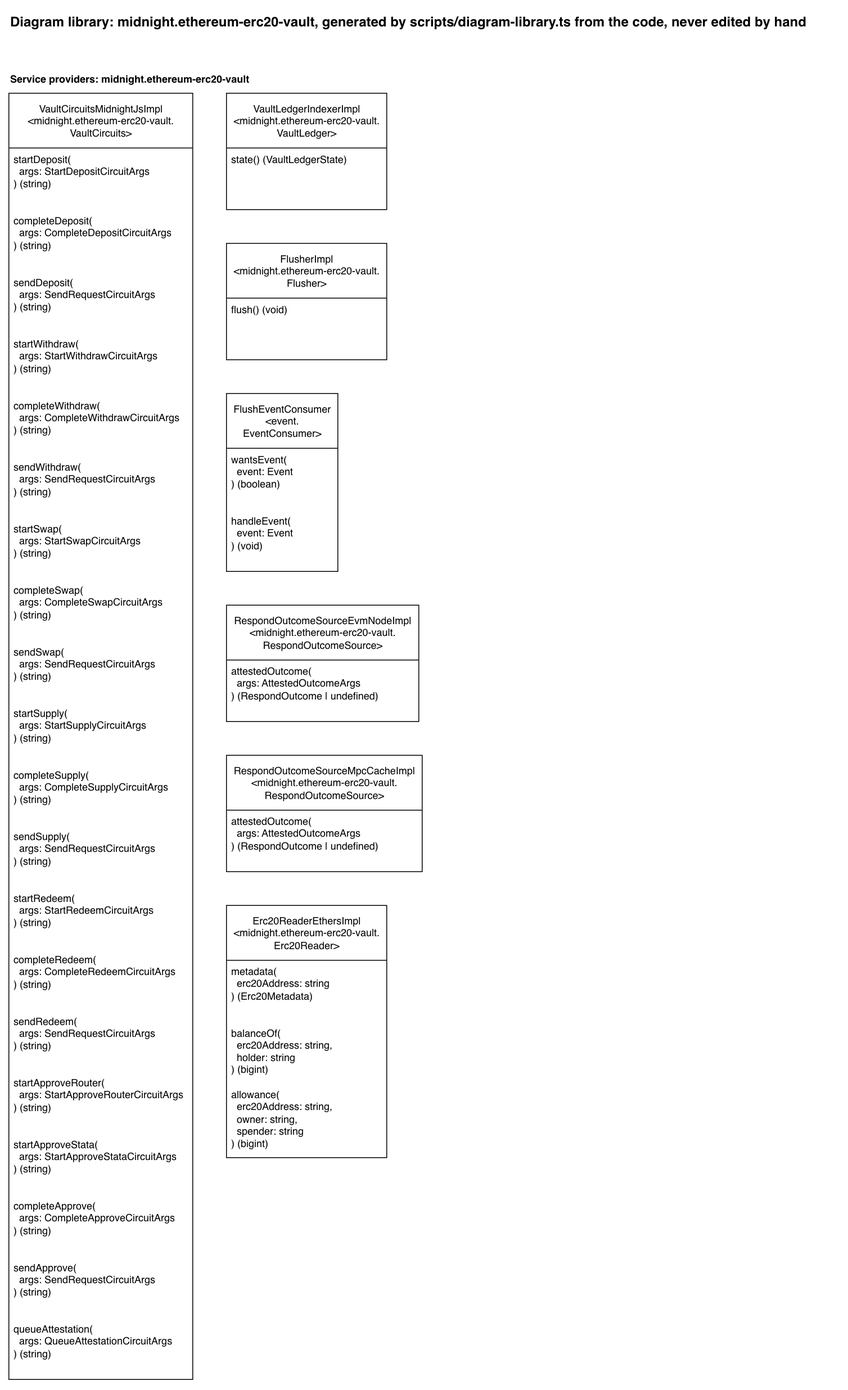
The draw.io diagram docs/diagram-library/midnight/ethereum-erc20-vault/diagram-library.drawio.png in sig-net/full-stack-demo, before a commit. Source tidied: cells renumbered, new cells last; positions are measured from the earlier drawing's top-left corner, leaving out a move shared by most shapes.
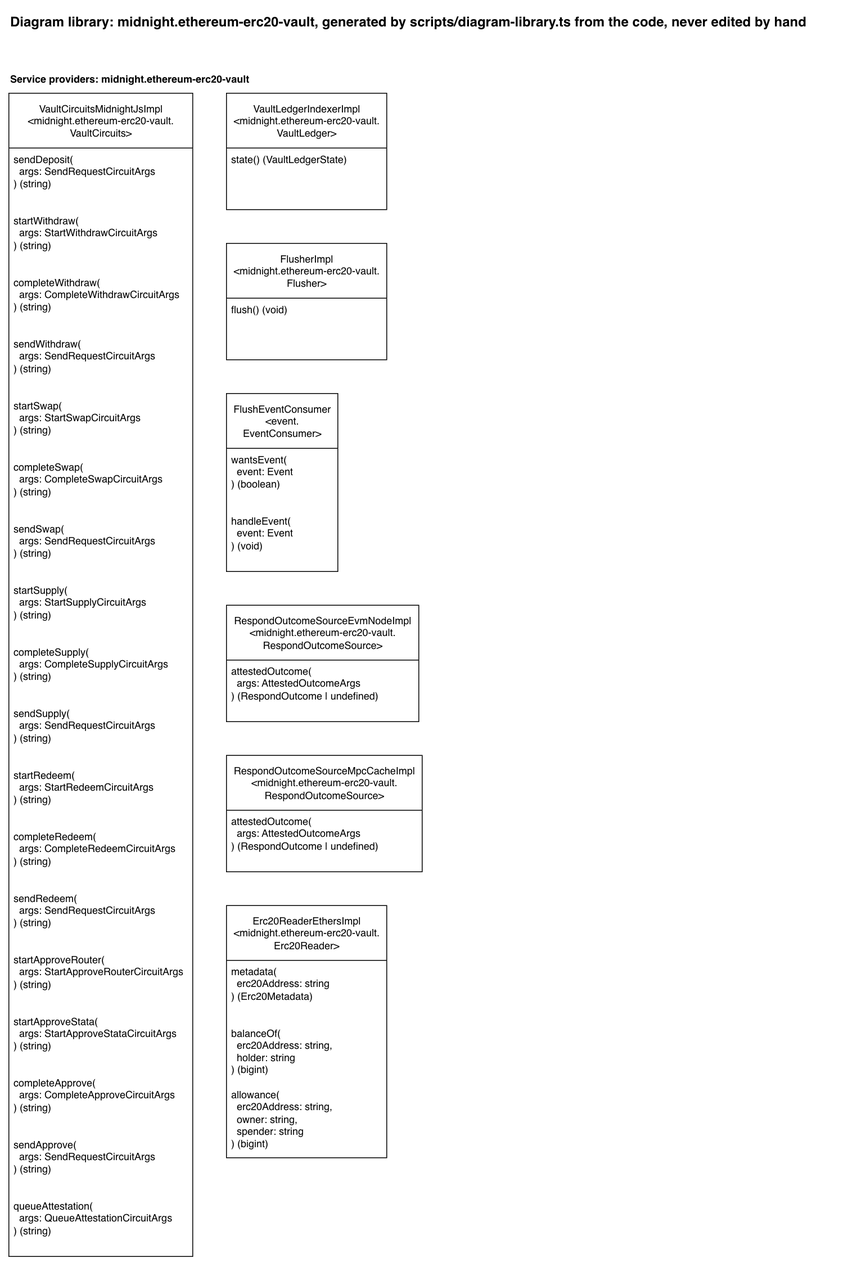
The same file after the commit.

Change to the diagram source:
```diff
@@ -9,67 +9,61 @@
       <mxGeometry y="70" width="309" height="20" as="geometry" />
     </mxCell>
     <mxCell id="4" value="VaultCircuitsMidnightJsImpl&lt;br&gt;&amp;lt;midnight.ethereum-erc20-vault.&lt;br&gt;VaultCircuits&amp;gt;" style="swimlane;fontStyle=0;horizontal=1;startSize=65;fillColor=default;html=1;fillStyle=solid;" parent="1" vertex="1">
-      <mxGeometry y="100" width="218" height="1525" as="geometry" />
+      <mxGeometry y="100" width="218" height="1379" as="geometry" />
     </mxCell>
-    <mxCell id="5" value="startDeposit(&lt;br&gt;&amp;nbsp; args: StartDepositCircuitArgs&lt;br&gt;) (string)" style="text;strokeColor=none;fillColor=none;align=left;verticalAlign=top;spacingLeft=4;spacingRight=4;overflow=hidden;whiteSpace=wrap;html=1;" parent="4" vertex="1">
-      <mxGeometry y="65" width="218" height="73" as="geometry" />
-    </mxCell>
-    <mxCell id="6" value="completeDeposit(&lt;br&gt;&amp;nbsp; args: CompleteDepositCircuitArgs&lt;br&gt;) (string)" style="text;strokeColor=none;fillColor=none;align=left;verticalAlign=top;spacingLeft=4;spacingRight=4;overflow=hidden;whiteSpace=wrap;html=1;" parent="4" vertex="1">
-      <mxGeometry y="138" width="218" height="73" as="geometry" />
-    </mxCell>
     <mxCell id="7" value="sendDeposit(&lt;br&gt;&amp;nbsp; args: SendRequestCircuitArgs&lt;br&gt;) (string)" style="text;strokeColor=none;fillColor=none;align=left;verticalAlign=top;spacingLeft=4;spacingRight=4;overflow=hidden;whiteSpace=wrap;html=1;" parent="4" vertex="1">
-      <mxGeometry y="211" width="218" height="73" as="geometry" />
+      <mxGeometry y="65" width="218" height="73" as="geometry" />
     </mxCell>
     <mxCell id="8" value="startWithdraw(&lt;br&gt;&amp;nbsp; args: StartWithdrawCircuitArgs&lt;br&gt;) (string)" style="text;strokeColor=none;fillColor=none;align=left;verticalAlign=top;spacingLeft=4;spacingRight=4;overflow=hidden;whiteSpace=wrap;html=1;" parent="4" vertex="1">
-      <mxGeometry y="284" width="218" height="73" as="geometry" />
+      <mxGeometry y="138" width="218" height="73" as="geometry" />
     </mxCell>
     <mxCell id="9" value="completeWithdraw(&lt;br&gt;&amp;nbsp; args: CompleteWithdrawCircuitArgs&lt;br&gt;) (string)" style="text;strokeColor=none;fillColor=none;align=left;verticalAlign=top;spacingLeft=4;spacingRight=4;overflow=hidden;whiteSpace=wrap;html=1;" parent="4" vertex="1">
-      <mxGeometry y="357" width="218" height="73" as="geometry" />
+      <mxGeometry y="211" width="218" height="73" as="geometry" />
     </mxCell>
     <mxCell id="10" value="sendWithdraw(&lt;br&gt;&amp;nbsp; args: SendRequestCircuitArgs&lt;br&gt;) (string)" style="text;strokeColor=none;fillColor=none;align=left;verticalAlign=top;spacingLeft=4;spacingRight=4;overflow=hidden;whiteSpace=wrap;html=1;" parent="4" vertex="1">
-      <mxGeometry y="430" width="218" height="73" as="geometry" />
+      <mxGeometry y="284" width="218" height="73" as="geometry" />
     </mxCell>
     <mxCell id="11" value="startSwap(&lt;br&gt;&amp;nbsp; args: StartSwapCircuitArgs&lt;br&gt;) (string)" style="text;strokeColor=none;fillColor=none;align=left;verticalAlign=top;spacingLeft=4;spacingRight=4;overflow=hidden;whiteSpace=wrap;html=1;" parent="4" vertex="1">
-      <mxGeometry y="503" width="218" height="73" as="geometry" />
+      <mxGeometry y="357" width="218" height="73" as="geometry" />
     </mxCell>
     <mxCell id="12" value="completeSwap(&lt;br&gt;&amp;nbsp; args: CompleteSwapCircuitArgs&lt;br&gt;) (string)" style="text;strokeColor=none;fillColor=none;align=left;verticalAlign=top;spacingLeft=4;spacingRight=4;overflow=hidden;whiteSpace=wrap;html=1;" parent="4" vertex="1">
-      <mxGeometry y="576" width="218" height="73" as="geometry" />
+      <mxGeometry y="430" width="218" height="73" as="geometry" />
     </mxCell>
     <mxCell id="13" value="sendSwap(&lt;br&gt;&amp;nbsp; args: SendRequestCircuitArgs&lt;br&gt;) (string)" style="text;strokeColor=none;fillColor=none;align=left;verticalAlign=top;spacingLeft=4;spacingRight=4;overflow=hidden;whiteSpace=wrap;html=1;" parent="4" vertex="1">
-      <mxGeometry y="649" width="218" height="73" as="geometry" />
+      <mxGeometry y="503" width="218" height="73" as="geometry" />
     </mxCell>
     <mxCell id="14" value="startSupply(&lt;br&gt;&amp;nbsp; args: StartSupplyCircuitArgs&lt;br&gt;) (string)" style="text;strokeColor=none;fillColor=none;align=left;verticalAlign=top;spacingLeft=4;spacingRight=4;overflow=hidden;whiteSpace=wrap;html=1;" parent="4" vertex="1">
-      <mxGeometry y="722" width="218" height="73" as="geometry" />
+      <mxGeometry y="576" width="218" height="73" as="geometry" />
     </mxCell>
     <mxCell id="15" value="completeSupply(&lt;br&gt;&amp;nbsp; args: CompleteSupplyCircuitArgs&lt;br&gt;) (string)" style="text;strokeColor=none;fillColor=none;align=left;verticalAlign=top;spacingLeft=4;spacingRight=4;overflow=hidden;whiteSpace=wrap;html=1;" parent="4" vertex="1">
-      <mxGeometry y="795" width="218" height="73" as="geometry" />
+      <mxGeometry y="649" width="218" height="73" as="geometry" />
     </mxCell>
     <mxCell id="16" value="sendSupply(&lt;br&gt;&amp;nbsp; args: SendRequestCircuitArgs&lt;br&gt;) (string)" style="text;strokeColor=none;fillColor=none;align=left;verticalAlign=top;spacingLeft=4;spacingRight=4;overflow=hidden;whiteSpace=wrap;html=1;" parent="4" vertex="1">
-      <mxGeometry y="868" width="218" height="73" as="geometry" />
+      <mxGeometry y="722" width="218" height="73" as="geometry" />
     </mxCell>
     <mxCell id="17" value="startRedeem(&lt;br&gt;&amp;nbsp; args: StartRedeemCircuitArgs&lt;br&gt;) (string)" style="text;strokeColor=none;fillColor=none;align=left;verticalAlign=top;spacingLeft=4;spacingRight=4;overflow=hidden;whiteSpace=wrap;html=1;" parent="4" vertex="1">
-      <mxGeometry y="941" width="218" height="73" as="geometry" />
+      <mxGeometry y="795" width="218" height="73" as="geometry" />
     </mxCell>
     <mxCell id="18" value="completeRedeem(&lt;br&gt;&amp;nbsp; args: CompleteRedeemCircuitArgs&lt;br&gt;) (string)" style="text;strokeColor=none;fillColor=none;align=left;verticalAlign=top;spacingLeft=4;spacingRight=4;overflow=hidden;whiteSpace=wrap;html=1;" parent="4" vertex="1">
-      <mxGeometry y="1014" width="218" height="73" as="geometry" />
+      <mxGeometry y="868" width="218" height="73" as="geometry" />
     </mxCell>
     <mxCell id="19" value="sendRedeem(&lt;br&gt;&amp;nbsp; args: SendRequestCircuitArgs&lt;br&gt;) (string)" style="text;strokeColor=none;fillColor=none;align=left;verticalAlign=top;spacingLeft=4;spacingRight=4;overflow=hidden;whiteSpace=wrap;html=1;" parent="4" vertex="1">
-      <mxGeometry y="1087" width="218" height="73" as="geometry" />
+      <mxGeometry y="941" width="218" height="73" as="geometry" />
     </mxCell>
     <mxCell id="20" value="startApproveRouter(&lt;br&gt;&amp;nbsp; args: StartApproveRouterCircuitArgs&lt;br&gt;) (string)" style="text;strokeColor=none;fillColor=none;align=left;verticalAlign=top;spacingLeft=4;spacingRight=4;overflow=hidden;whiteSpace=wrap;html=1;" parent="4" vertex="1">
-      <mxGeometry y="1160" width="218" height="73" as="geometry" />
+      <mxGeometry y="1014" width="218" height="73" as="geometry" />
     </mxCell>
     <mxCell id="21" value="startApproveStata(&lt;br&gt;&amp;nbsp; args: StartApproveStataCircuitArgs&lt;br&gt;) (string)" style="text;strokeColor=none;fillColor=none;align=left;verticalAlign=top;spacingLeft=4;spacingRight=4;overflow=hidden;whiteSpace=wrap;html=1;" parent="4" vertex="1">
-      <mxGeometry y="1233" width="218" height="73" as="geometry" />
+      <mxGeometry y="1087" width="218" height="73" as="geometry" />
     </mxCell>
     <mxCell id="22" value="completeApprove(&lt;br&gt;&amp;nbsp; args: CompleteApproveCircuitArgs&lt;br&gt;) (string)" style="text;strokeColor=none;fillColor=none;align=left;verticalAlign=top;spacingLeft=4;spacingRight=4;overflow=hidden;whiteSpace=wrap;html=1;" parent="4" vertex="1">
-      <mxGeometry y="1306" width="218" height="73" as="geometry" />
+      <mxGeometry y="1160" width="218" height="73" as="geometry" />
     </mxCell>
     <mxCell id="23" value="sendApprove(&lt;br&gt;&amp;nbsp; args: SendRequestCircuitArgs&lt;br&gt;) (string)" style="text;strokeColor=none;fillColor=none;align=left;verticalAlign=top;spacingLeft=4;spacingRight=4;overflow=hidden;whiteSpace=wrap;html=1;" parent="4" vertex="1">
-      <mxGeometry y="1379" width="218" height="73" as="geometry" />
+      <mxGeometry y="1233" width="218" height="73" as="geometry" />
     </mxCell>
     <mxCell id="24" value="queueAttestation(&lt;br&gt;&amp;nbsp; args: QueueAttestationCircuitArgs&lt;br&gt;) (string)" style="text;strokeColor=none;fillColor=none;align=left;verticalAlign=top;spacingLeft=4;spacingRight=4;overflow=hidden;whiteSpace=wrap;html=1;" parent="4" vertex="1">
-      <mxGeometry y="1452" width="218" height="73" as="geometry" />
+      <mxGeometry y="1306" width="218" height="73" as="geometry" />
     </mxCell>
     <mxCell id="25" value="VaultLedgerIndexerImpl&lt;br&gt;&amp;lt;midnight.ethereum-erc20-vault.&lt;br&gt;VaultLedger&amp;gt;" style="swimlane;fontStyle=0;horizontal=1;startSize=65;fillColor=default;html=1;fillStyle=solid;" parent="1" vertex="1">
       <mxGeometry x="258" y="100" width="190" height="138" as="geometry" />
```
